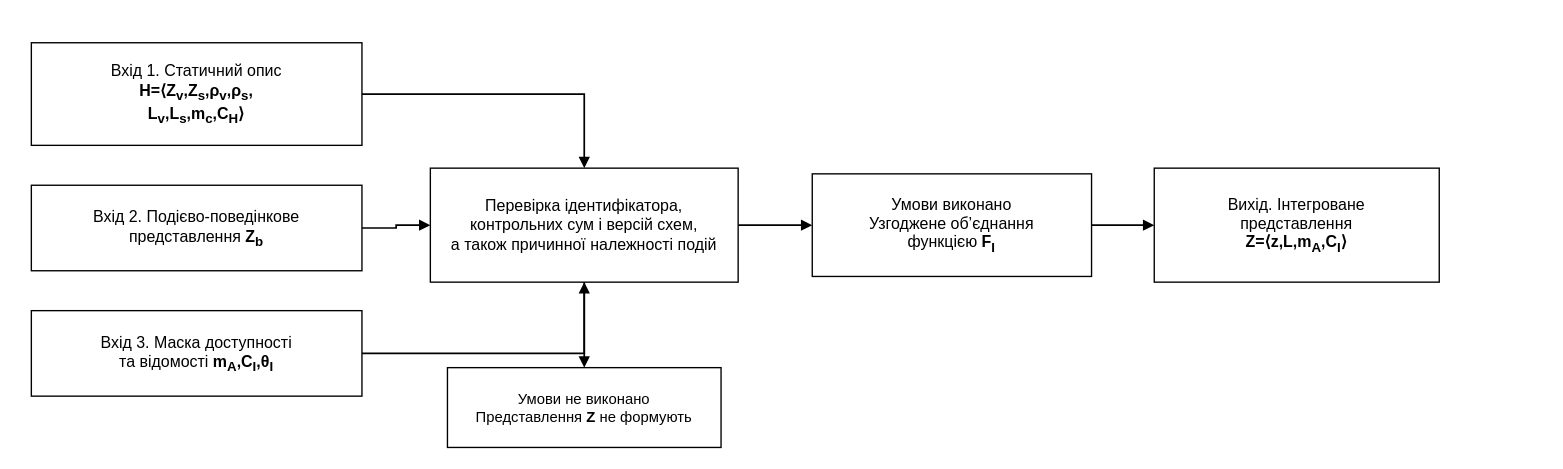
This is title/figures_drawio/fig_2_3_multimodal_feature_space.drawio from oleksandrmelnychenko/dima-phd, a draw.io file, before an edit. Source tidied: cells renumbered, new cells numbered last; positions are measured from the earlier drawing's top-left corner, leaving out a move shared by most shapes. Both pictures are drawn from the tidied source at 114%, with x=0, y=0 at pixel (31, 42).
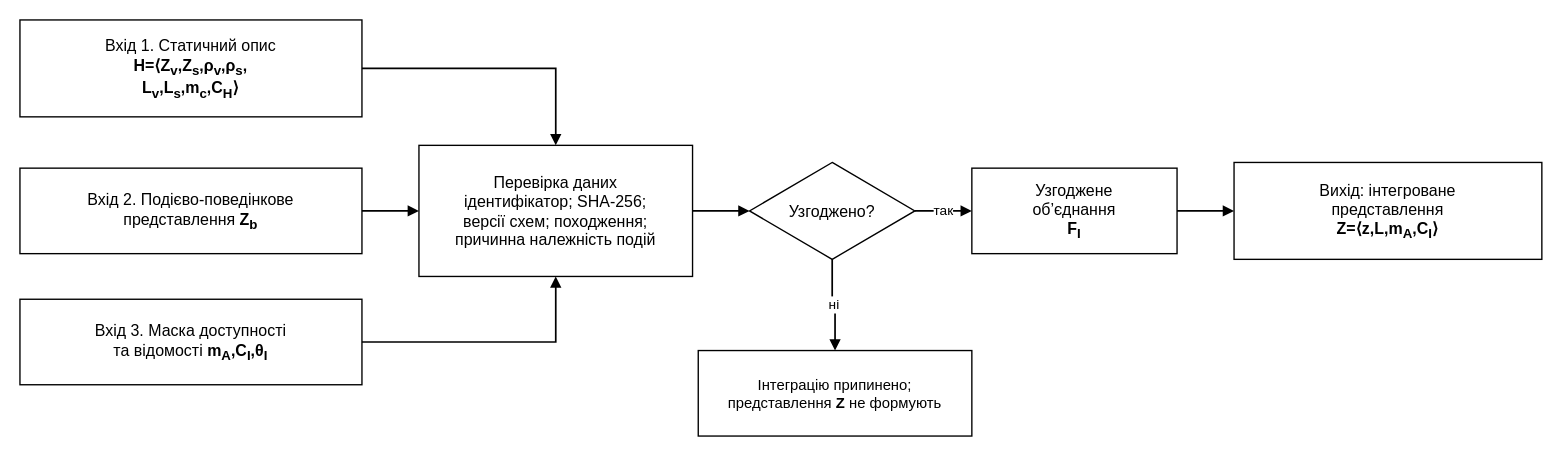
After the change.

Change to the diagram source:
```diff
@@
 <mxGraphModel>
   <root>
     <mxCell id="0" />
     <mxCell id="1" parent="0" />
     <mxCell id="2" value="Вхід 1. Статичний опис&lt;br&gt;&lt;b&gt;H=⟨Z&lt;sub&gt;v&lt;/sub&gt;,Z&lt;sub&gt;s&lt;/sub&gt;,ρ&lt;sub&gt;v&lt;/sub&gt;,ρ&lt;sub&gt;s&lt;/sub&gt;,&lt;br&gt;L&lt;sub&gt;v&lt;/sub&gt;,L&lt;sub&gt;s&lt;/sub&gt;,m&lt;sub&gt;c&lt;/sub&gt;,C&lt;sub&gt;H&lt;/sub&gt;⟩&lt;/b&gt;" style="rounded=0;whiteSpace=wrap;html=1;fillColor=#ffffff;strokeColor=#000000;strokeWidth=1.2;fontColor=#000000;fontSize=14;align=center;verticalAlign=middle;spacing=8;" parent="1" vertex="1">
-      <mxGeometry width="290" height="90" as="geometry" />
+      <mxGeometry x="-10" y="-20" width="300" height="85" as="geometry" />
     </mxCell>
     <mxCell id="3" value="Вхід 2. Подієво-поведінкове&lt;br&gt;представлення &lt;b&gt;Z&lt;sub&gt;b&lt;/sub&gt;&lt;/b&gt;" style="rounded=0;whiteSpace=wrap;html=1;fillColor=#ffffff;strokeColor=#000000;strokeWidth=1.2;fontColor=#000000;fontSize=14;align=center;verticalAlign=middle;spacing=8;" parent="1" vertex="1">
-      <mxGeometry y="125" width="290" height="75" as="geometry" />
+      <mxGeometry x="-10" y="110" width="300" height="75" as="geometry" />
     </mxCell>
     <mxCell id="4" value="Вхід 3. Маска доступності&lt;br&gt;та відомості &lt;b&gt;m&lt;sub&gt;A&lt;/sub&gt;,C&lt;sub&gt;I&lt;/sub&gt;,θ&lt;sub&gt;I&lt;/sub&gt;&lt;/b&gt;" style="rounded=0;whiteSpace=wrap;html=1;fillColor=#ffffff;strokeColor=#000000;strokeWidth=1.2;fontColor=#000000;fontSize=14;align=center;verticalAlign=middle;spacing=8;" parent="1" vertex="1">
-      <mxGeometry y="235" width="290" height="75" as="geometry" />
+      <mxGeometry x="-10" y="225" width="300" height="75" as="geometry" />
     </mxCell>
-    <mxCell id="5" value="Перевірка ідентифікатора,&lt;br&gt;контрольних сум і версій схем,&lt;br&gt;а також причинної належності подій" style="rounded=0;whiteSpace=wrap;html=1;fillColor=#ffffff;strokeColor=#000000;strokeWidth=1.2;fontColor=#000000;fontSize=14;align=center;verticalAlign=middle;spacing=8;" parent="1" vertex="1">
-      <mxGeometry x="350" y="110" width="270" height="100" as="geometry" />
+    <mxCell id="5" value="Перевірка даних&lt;br&gt;ідентифікатор; SHA-256;&lt;br&gt;версії схем; походження;&lt;br&gt;причинна належність подій" style="rounded=0;whiteSpace=wrap;html=1;fillColor=#ffffff;strokeColor=#000000;strokeWidth=1.2;fontColor=#000000;fontSize=14;align=center;verticalAlign=middle;spacing=7;" parent="1" vertex="1">
+      <mxGeometry x="340" y="90" width="240" height="115" as="geometry" />
     </mxCell>
-    <mxCell id="6" value="Умови виконано&lt;br&gt;Узгоджене об’єднання&lt;br&gt;функцією &lt;b&gt;F&lt;sub&gt;I&lt;/sub&gt;&lt;/b&gt;" style="rounded=0;whiteSpace=wrap;html=1;fillColor=#ffffff;strokeColor=#000000;strokeWidth=1.2;fontColor=#000000;fontSize=14;align=center;verticalAlign=middle;spacing=8;" parent="1" vertex="1">
-      <mxGeometry x="685" y="115" width="245" height="90" as="geometry" />
+    <mxCell id="6" value="Узгоджено?" style="rhombus;whiteSpace=wrap;html=1;fillColor=#ffffff;strokeColor=#000000;strokeWidth=1.2;fontColor=#000000;fontSize=14;align=center;verticalAlign=middle;spacing=4;" parent="1" vertex="1">
+      <mxGeometry x="630" y="105" width="145" height="85" as="geometry" />
     </mxCell>
-    <mxCell id="7" value="Вихід. Інтегроване&lt;br&gt;представлення&lt;br&gt;&lt;b&gt;Z=⟨z,L,m&lt;sub&gt;A&lt;/sub&gt;,C&lt;sub&gt;I&lt;/sub&gt;⟩&lt;/b&gt;" style="rounded=0;whiteSpace=wrap;html=1;fillColor=#ffffff;strokeColor=#000000;strokeWidth=1.2;fontColor=#000000;fontSize=14;align=center;verticalAlign=middle;spacing=8;" parent="1" vertex="1">
-      <mxGeometry x="985" y="110" width="250" height="100" as="geometry" />
+    <mxCell id="7" value="Узгоджене&lt;br&gt;об’єднання&lt;br&gt;&lt;b&gt;F&lt;sub&gt;I&lt;/sub&gt;&lt;/b&gt;" style="rounded=0;whiteSpace=wrap;html=1;fillColor=#ffffff;strokeColor=#000000;strokeWidth=1.2;fontColor=#000000;fontSize=14;align=center;verticalAlign=middle;spacing=7;" parent="1" vertex="1">
+      <mxGeometry x="825" y="110" width="180" height="75" as="geometry" />
     </mxCell>
-    <mxCell id="8" value="Умови не виконано&lt;br&gt;Представлення &lt;b&gt;Z&lt;/b&gt; не формують" style="rounded=0;whiteSpace=wrap;html=1;fillColor=#ffffff;strokeColor=#000000;strokeWidth=1.2;fontColor=#000000;fontSize=13;align=center;verticalAlign=middle;spacing=8;" parent="1" vertex="1">
-      <mxGeometry x="365" y="285" width="240" height="70" as="geometry" />
+    <mxCell id="8" value="Вихід: інтегроване&lt;br&gt;представлення&lt;br&gt;&lt;b&gt;Z=⟨z,L,m&lt;sub&gt;A&lt;/sub&gt;,C&lt;sub&gt;I&lt;/sub&gt;⟩&lt;/b&gt;" style="rounded=0;whiteSpace=wrap;html=1;fillColor=#ffffff;strokeColor=#000000;strokeWidth=1.2;fontColor=#000000;fontSize=14;align=center;verticalAlign=middle;spacing=7;" parent="1" vertex="1">
+      <mxGeometry x="1055" y="105" width="270" height="85" as="geometry" />
     </mxCell>
+    <mxCell id="15" value="Інтеграцію припинено;&lt;br&gt;представлення &lt;b&gt;Z&lt;/b&gt; не формують" style="rounded=0;whiteSpace=wrap;html=1;fillColor=#ffffff;strokeColor=#000000;strokeWidth=1.2;fontColor=#000000;fontSize=13;align=center;verticalAlign=middle;spacing=7;" parent="1" vertex="1">
+      <mxGeometry x="585" y="270" width="240" height="75" as="geometry" />
+    </mxCell>
     <mxCell id="9" style="edgeStyle=orthogonalEdgeStyle;rounded=0;jettySize=auto;html=1;endArrow=block;endFill=1;strokeColor=#000000;strokeWidth=1.5;" parent="1" edge="1" source="2" target="5">
       <mxGeometry relative="1" as="geometry" />
     </mxCell>
     <mxCell id="10" style="edgeStyle=orthogonalEdgeStyle;rounded=0;jettySize=auto;html=1;endArrow=block;endFill=1;strokeColor=#000000;strokeWidth=1.5;" parent="1" edge="1" source="3" target="5">
       <mxGeometry relative="1" as="geometry" />
     </mxCell>
     <mxCell id="11" style="edgeStyle=orthogonalEdgeStyle;rounded=0;jettySize=auto;html=1;endArrow=block;endFill=1;strokeColor=#000000;strokeWidth=1.5;" parent="1" edge="1" source="4" target="5">
       <mxGeometry relative="1" as="geometry" />
     </mxCell>
-    <mxCell id="12" style="edgeStyle=orthogonalEdgeStyle;rounded=0;jettySize=auto;html=1;endArrow=block;endFill=1;strokeColor=#000000;strokeWidth=1.5;fontSize=12;" parent="1" edge="1" source="5" target="6">
+    <mxCell id="12" style="edgeStyle=orthogonalEdgeStyle;rounded=0;jettySize=auto;html=1;endArrow=block;endFill=1;strokeColor=#000000;strokeWidth=1.5;" parent="1" edge="1" source="5" target="6">
       <mxGeometry relative="1" as="geometry" />
     </mxCell>
-    <mxCell id="13" style="edgeStyle=orthogonalEdgeStyle;rounded=0;jettySize=auto;html=1;endArrow=block;endFill=1;strokeColor=#000000;strokeWidth=1.5;" parent="1" edge="1" source="6" target="7">
+    <mxCell id="13" value="так" style="edgeStyle=orthogonalEdgeStyle;rounded=0;jettySize=auto;html=1;endArrow=block;endFill=1;strokeColor=#000000;strokeWidth=1.5;fontSize=12;labelBackgroundColor=#ffffff;" parent="1" edge="1" source="6" target="7">
       <mxGeometry relative="1" as="geometry" />
     </mxCell>
-    <mxCell id="14" style="edgeStyle=orthogonalEdgeStyle;rounded=0;jettySize=auto;html=1;endArrow=block;endFill=1;strokeColor=#000000;strokeWidth=1.5;fontSize=12;" parent="1" edge="1" source="5" target="8">
+    <mxCell id="14" style="edgeStyle=orthogonalEdgeStyle;rounded=0;jettySize=auto;html=1;endArrow=block;endFill=1;strokeColor=#000000;strokeWidth=1.5;" parent="1" edge="1" source="7" target="8">
       <mxGeometry relative="1" as="geometry" />
     </mxCell>
+    <mxCell id="16" value="ні" style="edgeStyle=orthogonalEdgeStyle;rounded=0;jettySize=auto;html=1;endArrow=block;endFill=1;strokeColor=#000000;strokeWidth=1.5;fontSize=12;labelBackgroundColor=#ffffff;" parent="1" edge="1" source="6" target="15">
+      <mxGeometry relative="1" as="geometry" />
+    </mxCell>
   </root>
 </mxGraphModel>
```
